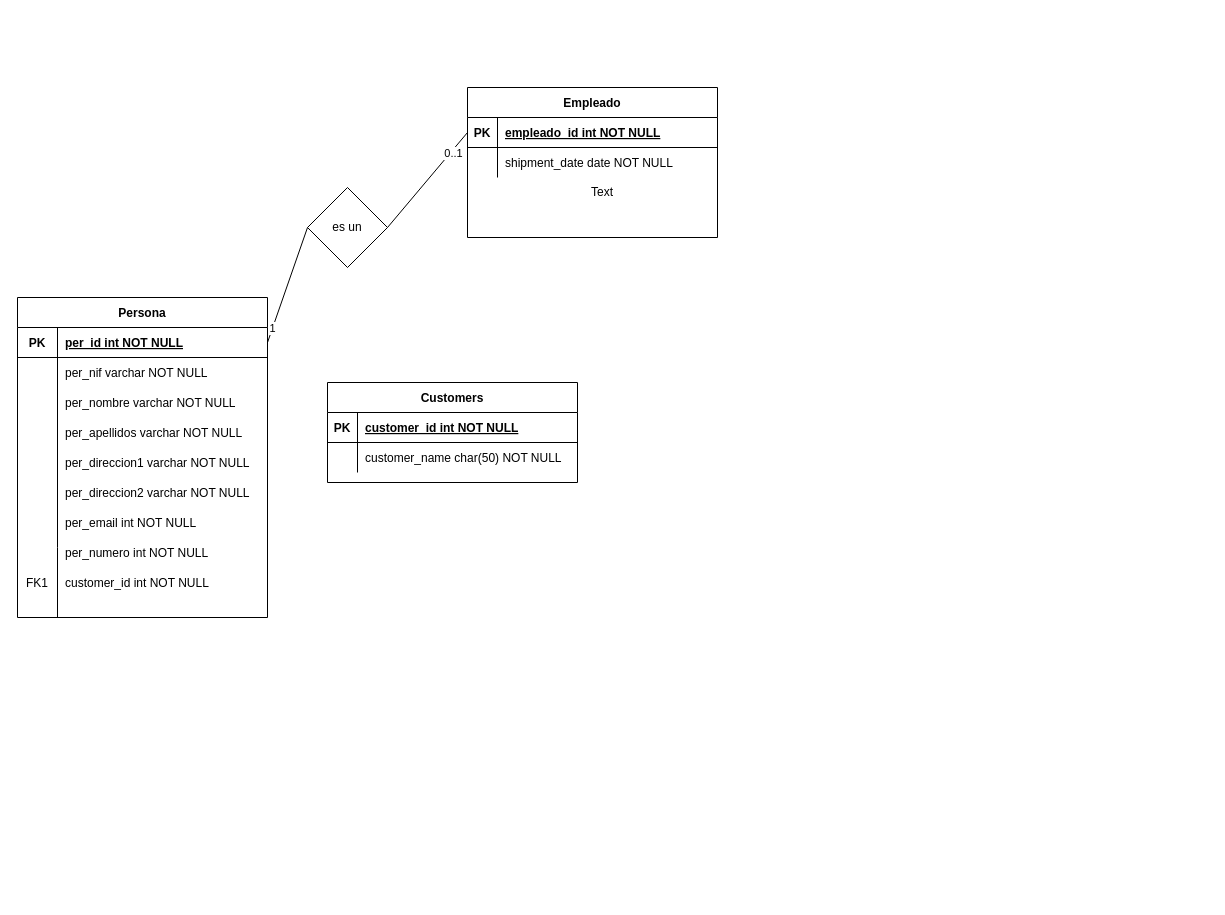
Before: Programacion/Untitled Diagram.drawio in Pattov/clases, a draw.io diagram. Source tidied: cells renumbered, new cells numbered last; positions are measured from the earlier drawing's top-left corner, leaving out a move shared by most shapes. Both pictures are drawn from the tidied source at 100%, with x=0, y=0 at pixel (17, 87).
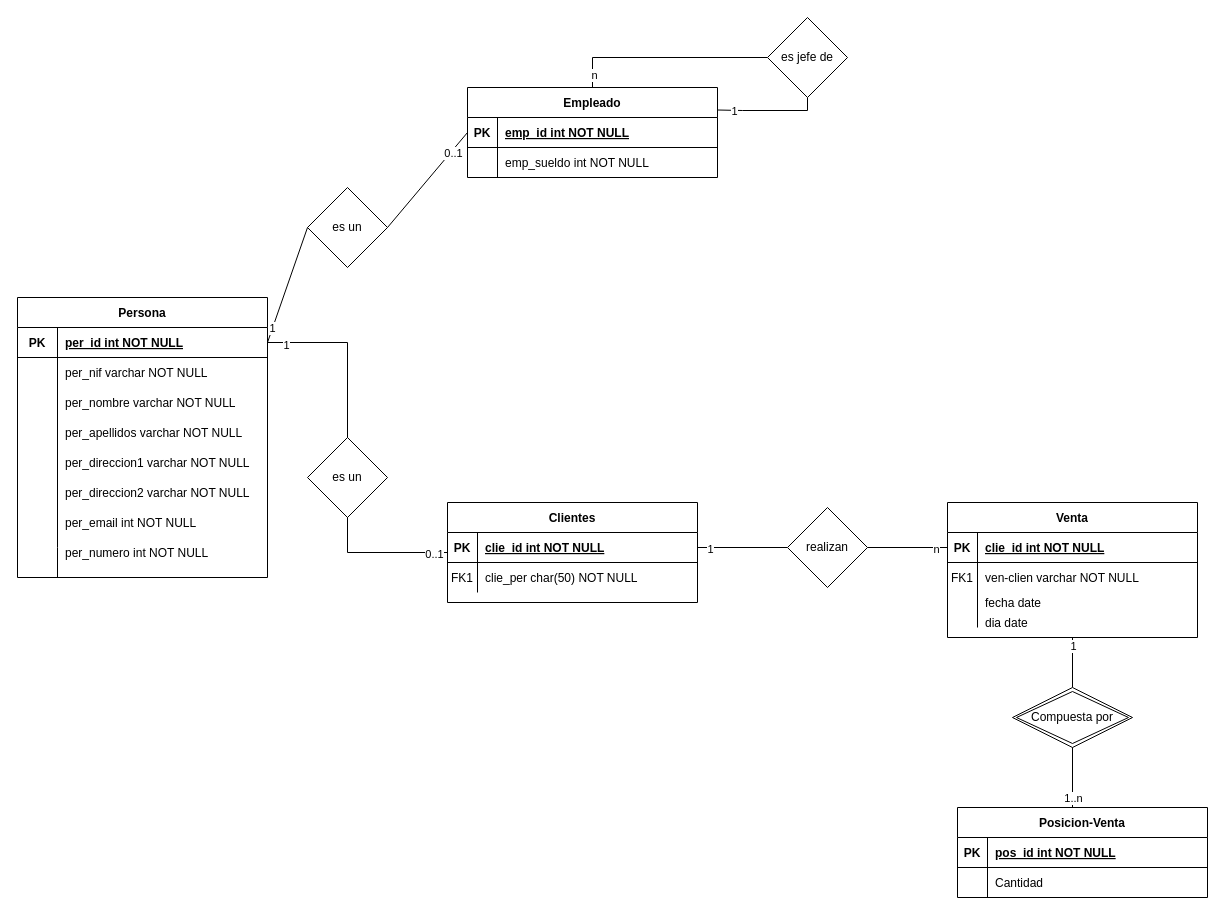
The same page after the edit.

Unchanged cells that the change refers to:
```xml
<mxCell id="3" style="shape=partialRectangle;fillColor=none;points=[[0,0.5],[1,0.5]];portConstraint=eastwest;top=0;left=0;right=0;bottom=1;" parent="2" vertex="1">
  <mxGeometry y="30" width="250" height="30" as="geometry" />
</mxCell>
<mxCell id="13" style="shape=partialRectangle;fillColor=none;points=[[0,0.5],[1,0.5]];portConstraint=eastwest;top=0;left=0;right=0;bottom=1;" parent="12" vertex="1">
  <mxGeometry y="30" width="250" height="30" as="geometry" />
</mxCell>
<mxCell id="16" style="shape=partialRectangle;fillColor=none;top=0;left=0;right=0;bottom=0;" parent="12" vertex="1">
  <mxGeometry y="60" width="250" height="30" as="geometry" />
</mxCell>
<mxCell id="20" style="shape=partialRectangle;fillColor=none;points=[[0,0.5],[1,0.5]];portConstraint=eastwest;top=0;left=0;right=0;bottom=1;" parent="19" vertex="1">
  <mxGeometry y="30" width="250" height="30" as="geometry" />
</mxCell>
<mxCell id="23" style="shape=partialRectangle;fillColor=none;top=0;left=0;right=0;bottom=0;" parent="19" vertex="1">
  <mxGeometry y="60" width="250" height="30" as="geometry" />
</mxCell>
```

Diff of the diagram source:
```diff
@@
     <mxCell id="2" value="Persona" style="shape=table;startSize=30;childLayout=tableLayout;rowLines=0;fontStyle=1;align=center;" parent="1" vertex="1">
-      <mxGeometry y="210" width="250" height="320" as="geometry" />
+      <mxGeometry y="210" width="250" height="280" as="geometry" />
     </mxCell>
@@
     <mxCell id="9" style="shape=partialRectangle;fillColor=none;top=0;left=0;right=0;bottom=0;" parent="2" vertex="1">
-      <mxGeometry y="250" width="250" height="70" as="geometry" />
+      <mxGeometry y="250" width="250" height="30" as="geometry" />
     </mxCell>
-    <mxCell id="10" value="FK1" style="shape=partialRectangle;overflow=hidden;fillColor=none;top=0;left=0;bottom=0;right=0;" parent="9" vertex="1">
-      <mxGeometry width="40" height="70" as="geometry" />
+    <mxCell id="10" style="shape=partialRectangle;overflow=hidden;fillColor=none;top=0;left=0;bottom=0;right=0;" parent="9" vertex="1">
+      <mxGeometry width="40" height="30" as="geometry" />
     </mxCell>
-    <mxCell id="11" value="customer_id int NOT NULL" style="shape=partialRectangle;overflow=hidden;fillColor=none;top=0;left=0;bottom=0;right=0;align=left;spacingLeft=6;" parent="9" vertex="1">
-      <mxGeometry x="40" width="210" height="70" as="geometry" />
+    <mxCell id="11" style="shape=partialRectangle;overflow=hidden;fillColor=none;top=0;left=0;bottom=0;right=0;align=left;spacingLeft=6;" parent="9" vertex="1">
+      <mxGeometry x="40" width="210" height="30" as="geometry" />
     </mxCell>
     <mxCell id="12" value="Empleado" style="shape=table;startSize=30;childLayout=tableLayout;rowLines=0;fontStyle=1;align=center;" parent="1" vertex="1">
-      <mxGeometry x="450" width="250" height="150" as="geometry" />
+      <mxGeometry x="450" width="250" height="90" as="geometry" />
     </mxCell>
@@
-    <mxCell id="15" value="empleado_id int NOT NULL " style="shape=partialRectangle;overflow=hidden;fillColor=none;top=0;left=0;bottom=0;right=0;align=left;spacingLeft=6;fontStyle=5;" parent="13" vertex="1">
+    <mxCell id="15" value="emp_id int NOT NULL " style="shape=partialRectangle;overflow=hidden;fillColor=none;top=0;left=0;bottom=0;right=0;align=left;spacingLeft=6;fontStyle=5;" parent="13" vertex="1">
       <mxGeometry x="30" width="220" height="30" as="geometry" />
     </mxCell>
@@
-    <mxCell id="18" value="shipment_date date NOT NULL" style="shape=partialRectangle;overflow=hidden;fillColor=none;top=0;left=0;bottom=0;right=0;align=left;spacingLeft=6;" parent="16" vertex="1">
+    <mxCell id="18" value="emp_sueldo int NOT NULL" style="shape=partialRectangle;overflow=hidden;fillColor=none;top=0;left=0;bottom=0;right=0;align=left;spacingLeft=6;" parent="16" vertex="1">
       <mxGeometry x="30" width="220" height="30" as="geometry" />
     </mxCell>
+    <mxCell id="39" style="edgeStyle=orthogonalEdgeStyle;rounded=0;jettySize=auto;html=1;endArrow=none;endFill=0;" parent="1" edge="1" source="19" target="3">
+      <mxGeometry relative="1" as="geometry">
+        <Array as="points">
+          <mxPoint x="330" y="465" />
+          <mxPoint x="330" y="255" />
+        </Array>
+      </mxGeometry>
+    </mxCell>
+    <mxCell id="40" value="0..1" style="edgeLabel;html=1;align=center;verticalAlign=middle;" parent="39" vertex="1">
+      <mxGeometry x="-0.93" y="1" relative="1" as="geometry" />
+    </mxCell>
+    <mxCell id="41" value="1" style="edgeLabel;html=1;align=center;verticalAlign=middle;" parent="39" vertex="1">
+      <mxGeometry x="0.91" y="2" relative="1" as="geometry" />
+    </mxCell>
-    <mxCell id="19" value="Customers" style="shape=table;startSize=30;childLayout=tableLayout;rowLines=0;fontStyle=1;align=center;" parent="1" vertex="1">
-      <mxGeometry x="310" y="295" width="250" height="100" as="geometry" />
+    <mxCell id="19" value="Clientes" style="shape=table;startSize=30;childLayout=tableLayout;rowLines=0;fontStyle=1;align=center;" parent="1" vertex="1">
+      <mxGeometry x="430" y="415" width="250" height="100" as="geometry" />
     </mxCell>
@@
-    <mxCell id="22" value="customer_id int NOT NULL " style="shape=partialRectangle;overflow=hidden;fillColor=none;top=0;left=0;bottom=0;right=0;align=left;spacingLeft=6;fontStyle=5;" parent="20" vertex="1">
+    <mxCell id="22" value="clie_id int NOT NULL " style="shape=partialRectangle;overflow=hidden;fillColor=none;top=0;left=0;bottom=0;right=0;align=left;spacingLeft=6;fontStyle=5;" parent="20" vertex="1">
       <mxGeometry x="30" width="220" height="30" as="geometry" />
     </mxCell>
@@
-    <mxCell id="24" style="shape=partialRectangle;overflow=hidden;fillColor=none;top=0;left=0;bottom=0;right=0;" parent="23" vertex="1">
+    <mxCell id="24" value="FK1" style="shape=partialRectangle;overflow=hidden;fillColor=none;top=0;left=0;bottom=0;right=0;" parent="23" vertex="1">
       <mxGeometry width="30" height="30" as="geometry" />
     </mxCell>
-    <mxCell id="25" value="customer_name char(50) NOT NULL" style="shape=partialRectangle;overflow=hidden;fillColor=none;top=0;left=0;bottom=0;right=0;align=left;spacingLeft=6;" parent="23" vertex="1">
+    <mxCell id="25" value="clie_per char(50) NOT NULL" style="shape=partialRectangle;overflow=hidden;fillColor=none;top=0;left=0;bottom=0;right=0;align=left;spacingLeft=6;" parent="23" vertex="1">
       <mxGeometry x="30" width="220" height="30" as="geometry" />
     </mxCell>
@@
-    <mxCell id="38" value="Text" style="text;html=1;strokeColor=none;fillColor=none;align=center;verticalAlign=middle;whiteSpace=wrap;rounded=0;" parent="1" vertex="1">
-      <mxGeometry x="480" y="90" width="210" height="30" as="geometry" />
-    </mxCell>
+    <mxCell id="42" style="edgeStyle=orthogonalEdgeStyle;rounded=0;jettySize=auto;html=1;entryX=0.5;entryY=0;entryDx=0;entryDy=0;endArrow=none;endFill=0;" parent="1" edge="1" source="46" target="12">
+      <mxGeometry relative="1" as="geometry">
+        <Array as="points">
+          <mxPoint x="575" y="-30" />
+        </Array>
+      </mxGeometry>
+    </mxCell>
+    <mxCell id="43" value="n" style="edgeLabel;html=1;align=center;verticalAlign=middle;" parent="42" vertex="1">
+      <mxGeometry x="0.87" y="1" relative="1" as="geometry" />
+    </mxCell>
+    <mxCell id="44" style="edgeStyle=orthogonalEdgeStyle;rounded=0;jettySize=auto;html=1;entryX=1;entryY=0.25;entryDx=0;entryDy=0;exitX=0.5;exitY=1;exitDx=0;exitDy=0;endArrow=none;endFill=0;" parent="1" edge="1" source="46" target="12">
+      <mxGeometry relative="1" as="geometry">
+        <Array as="points">
+          <mxPoint x="790" y="23" />
+          <mxPoint x="725" y="23" />
+        </Array>
+      </mxGeometry>
+    </mxCell>
+    <mxCell id="45" value="1" style="edgeLabel;html=1;align=center;verticalAlign=middle;" parent="44" vertex="1">
+      <mxGeometry x="0.67" y="1" relative="1" as="geometry" />
+    </mxCell>
+    <mxCell id="46" value="es jefe de" style="rhombus;whiteSpace=wrap;html=1;" parent="1" vertex="1">
+      <mxGeometry x="750" y="-70" width="80" height="80" as="geometry" />
+    </mxCell>
+    <mxCell id="47" value="es un" style="rhombus;whiteSpace=wrap;html=1;" parent="1" vertex="1">
+      <mxGeometry x="290" y="350" width="80" height="80" as="geometry" />
+    </mxCell>
+    <mxCell id="48" style="edgeStyle=orthogonalEdgeStyle;rounded=0;jettySize=auto;html=1;entryX=0.5;entryY=0;entryDx=0;entryDy=0;endArrow=none;endFill=0;" parent="1" edge="1" source="50" target="65">
+      <mxGeometry relative="1" as="geometry">
+        <Array as="points">
+          <mxPoint x="1055" y="560" />
+          <mxPoint x="1055" y="560" />
+        </Array>
+      </mxGeometry>
+    </mxCell>
+    <mxCell id="49" value="1" style="edgeLabel;html=1;align=center;verticalAlign=middle;" parent="48" vertex="1">
+      <mxGeometry x="-0.67" relative="1" as="geometry" />
+    </mxCell>
+    <mxCell id="50" value="Venta" style="shape=table;startSize=30;childLayout=tableLayout;rowLines=0;fontStyle=1;align=center;" parent="1" vertex="1">
+      <mxGeometry x="930" y="415" width="250" height="135" as="geometry" />
+    </mxCell>
+    <mxCell id="51" style="shape=partialRectangle;fillColor=none;points=[[0,0.5],[1,0.5]];portConstraint=eastwest;top=0;left=0;right=0;bottom=1;" parent="50" vertex="1">
+      <mxGeometry y="30" width="250" height="30" as="geometry" />
+    </mxCell>
+    <mxCell id="52" value="PK" style="shape=partialRectangle;overflow=hidden;fillColor=none;top=0;left=0;bottom=0;right=0;fontStyle=1;" parent="51" vertex="1">
+      <mxGeometry width="30" height="30" as="geometry" />
+    </mxCell>
+    <mxCell id="53" value="clie_id int NOT NULL " style="shape=partialRectangle;overflow=hidden;fillColor=none;top=0;left=0;bottom=0;right=0;align=left;spacingLeft=6;fontStyle=5;" parent="51" vertex="1">
+      <mxGeometry x="30" width="220" height="30" as="geometry" />
+    </mxCell>
+    <mxCell id="54" style="shape=partialRectangle;fillColor=none;points=[[0,0.5],[1,0.5]];portConstraint=eastwest;top=0;left=0;right=0;bottom=0;" parent="50" vertex="1">
+      <mxGeometry y="60" width="250" height="30" as="geometry" />
+    </mxCell>
+    <mxCell id="55" value="FK1" style="shape=partialRectangle;overflow=hidden;fillColor=none;top=0;left=0;bottom=0;right=0;" parent="54" vertex="1">
+      <mxGeometry width="30" height="30" as="geometry" />
+    </mxCell>
+    <mxCell id="56" value="ven-clien varchar NOT NULL" style="shape=partialRectangle;overflow=hidden;fillColor=none;top=0;left=0;bottom=0;right=0;align=left;spacingLeft=6;" parent="54" vertex="1">
+      <mxGeometry x="30" width="220" height="30" as="geometry" />
+    </mxCell>
+    <mxCell id="57" style="edgeStyle=orthogonalEdgeStyle;rounded=0;jettySize=auto;html=1;entryX=1;entryY=0.5;entryDx=0;entryDy=0;endArrow=none;endFill=0;" parent="1" edge="1" source="61" target="20">
+      <mxGeometry relative="1" as="geometry" />
+    </mxCell>
+    <mxCell id="58" value="1" style="edgeLabel;html=1;align=center;verticalAlign=middle;" parent="57" vertex="1">
+      <mxGeometry x="0.74" y="1" relative="1" as="geometry" />
+    </mxCell>
+    <mxCell id="59" style="edgeStyle=orthogonalEdgeStyle;rounded=0;jettySize=auto;html=1;entryX=0;entryY=0.5;entryDx=0;entryDy=0;endArrow=none;endFill=0;" parent="1" edge="1" source="61" target="51">
+      <mxGeometry relative="1" as="geometry" />
+    </mxCell>
+    <mxCell id="60" value="n" style="edgeLabel;html=1;align=center;verticalAlign=middle;" parent="59" vertex="1">
+      <mxGeometry x="0.71" y="-1" relative="1" as="geometry" />
+    </mxCell>
+    <mxCell id="61" value="realizan" style="rhombus;whiteSpace=wrap;html=1;" parent="1" vertex="1">
+      <mxGeometry x="770" y="420" width="80" height="80" as="geometry" />
+    </mxCell>
+    <mxCell id="62" value="fecha date" style="shape=partialRectangle;overflow=hidden;fillColor=none;top=0;left=0;bottom=0;right=0;align=left;spacingLeft=6;" parent="1" vertex="1">
+      <mxGeometry x="960" y="500" width="210" height="30" as="geometry" />
+    </mxCell>
+    <mxCell id="63" value="dia date " style="shape=partialRectangle;overflow=hidden;fillColor=none;top=0;left=0;bottom=0;right=0;align=left;spacingLeft=6;" parent="1" vertex="1">
+      <mxGeometry x="960" y="520" width="210" height="30" as="geometry" />
+    </mxCell>
+    <mxCell id="64" style="endArrow=none;html=1;rounded=0;entryX=0.12;entryY=0.959;entryDx=0;entryDy=0;entryPerimeter=0;" parent="1" edge="1" target="54">
+      <mxGeometry relative="1" as="geometry">
+        <mxPoint x="960" y="540" as="sourcePoint" />
+      </mxGeometry>
+    </mxCell>
+    <mxCell id="65" value="Compuesta por" style="shape=rhombus;double=1;perimeter=rhombusPerimeter;whiteSpace=wrap;html=1;align=center;" parent="1" vertex="1">
+      <mxGeometry x="995" y="600" width="120" height="60" as="geometry" />
+    </mxCell>
+    <mxCell id="66" style="edgeStyle=orthogonalEdgeStyle;rounded=0;jettySize=auto;html=1;entryX=0.5;entryY=1;entryDx=0;entryDy=0;endArrow=none;endFill=0;" parent="1" edge="1" source="68" target="65">
+      <mxGeometry relative="1" as="geometry">
+        <Array as="points">
+          <mxPoint x="1055" y="710" />
+          <mxPoint x="1055" y="710" />
+        </Array>
+      </mxGeometry>
+    </mxCell>
+    <mxCell id="67" value="1..n" style="edgeLabel;html=1;align=center;verticalAlign=middle;" parent="66" vertex="1">
+      <mxGeometry x="-0.73" y="-1" relative="1" as="geometry">
+        <mxPoint x="-1" y="-2" as="offset" />
+      </mxGeometry>
+    </mxCell>
+    <mxCell id="68" value="Posicion-Venta" style="shape=table;startSize=30;childLayout=tableLayout;rowLines=0;fontStyle=1;align=center;" parent="1" vertex="1">
+      <mxGeometry x="940" y="720" width="250" height="90" as="geometry" />
+    </mxCell>
+    <mxCell id="69" style="shape=partialRectangle;fillColor=none;top=0;left=0;bottom=1;right=0;" parent="68" vertex="1">
+      <mxGeometry y="30" width="250" height="30" as="geometry" />
+    </mxCell>
+    <mxCell id="70" value="PK" style="shape=partialRectangle;fillColor=none;top=0;left=0;bottom=0;right=0;fontStyle=1;overflow=hidden;" parent="69" vertex="1">
+      <mxGeometry width="30" height="30" as="geometry" />
+    </mxCell>
+    <mxCell id="71" value="pos_id int NOT NULL" style="shape=partialRectangle;fillColor=none;top=0;left=0;bottom=0;right=0;align=left;spacingLeft=6;fontStyle=5;overflow=hidden;" parent="69" vertex="1">
+      <mxGeometry x="30" width="220" height="30" as="geometry" />
+    </mxCell>
+    <mxCell id="72" style="shape=partialRectangle;fillColor=none;top=0;left=0;bottom=0;right=0;" parent="68" vertex="1">
+      <mxGeometry y="60" width="250" height="30" as="geometry" />
+    </mxCell>
+    <mxCell id="73" style="shape=partialRectangle;fillColor=none;top=0;left=0;bottom=0;right=0;overflow=hidden;" parent="72" vertex="1">
+      <mxGeometry width="30" height="30" as="geometry" />
+    </mxCell>
+    <mxCell id="74" value="Cantidad" style="shape=partialRectangle;fillColor=none;top=0;left=0;bottom=0;right=0;align=left;spacingLeft=6;overflow=hidden;" parent="72" vertex="1">
+      <mxGeometry x="30" width="220" height="30" as="geometry" />
+    </mxCell>
```
